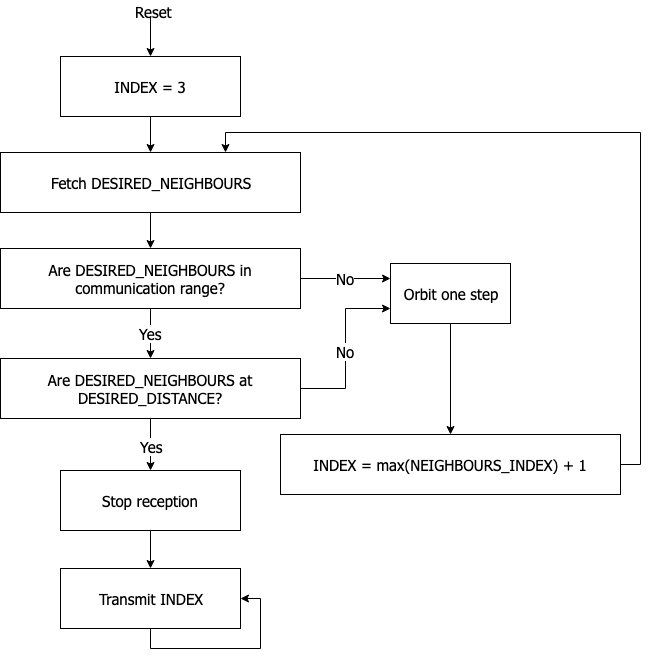
This is images/shape_formation.png from anuragg-in/kilobotics, a draw.io export, as it was before one commit. Source tidied: cells renumbered, new cells last; positions are measured from the earlier drawing's top-left corner, leaving out a move shared by most shapes.
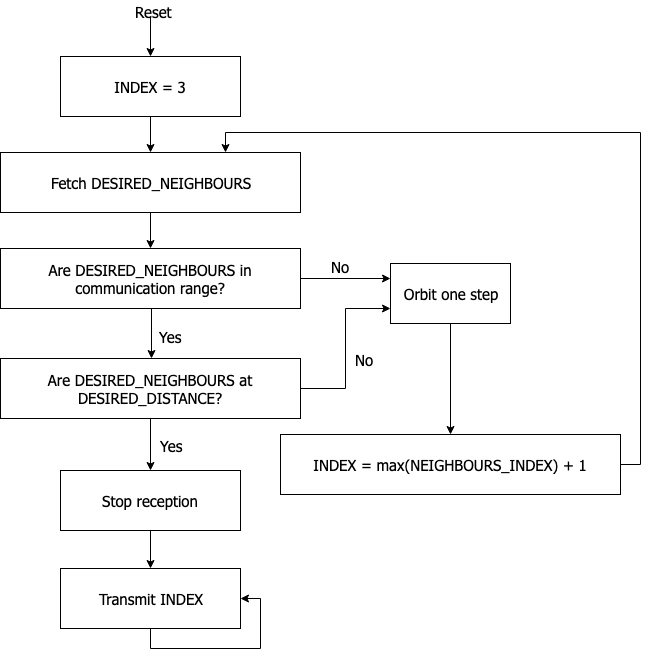
Later version of the same file.

Commit message:
moved codes to appendix. updated demo of shape formation.

What changed in the source:
```diff
@@ -2,56 +2,61 @@
   <root>
     <mxCell id="0" />
     <mxCell id="1" parent="0" />
-    <mxCell id="2" style="edgeStyle=orthogonalEdgeStyle;rounded=0;jettySize=auto;html=1;labelBackgroundColor=#ffffff;fontSize=15;fontFamily=Tahoma;" parent="1" edge="1" source="3" target="6">
+    <mxCell id="2" style="edgeStyle=orthogonalEdgeStyle;rounded=0;jettySize=auto;html=1;labelBackgroundColor=none;fontSize=15;fontFamily=Tahoma;" parent="1" edge="1" source="3" target="6">
       <mxGeometry relative="1" as="geometry" />
     </mxCell>
-    <mxCell id="3" value="INDEX = 3&lt;br style=&quot;font-size: 15px;&quot;&gt;" style="rounded=0;whiteSpace=wrap;html=1;labelBackgroundColor=#ffffff;fontSize=15;fontFamily=Tahoma;" parent="1" vertex="1">
+    <mxCell id="3" value="INDEX = 3&lt;br style=&quot;font-size: 15px;&quot;&gt;" style="rounded=0;whiteSpace=wrap;html=1;labelBackgroundColor=none;fontSize=15;fontFamily=Tahoma;fillColor=none;" parent="1" vertex="1">
       <mxGeometry x="60" y="56" width="180" height="60" as="geometry" />
     </mxCell>
-    <mxCell id="4" style="endArrow=classic;html=1;entryX=0.5;entryY=0;entryDx=0;entryDy=0;labelBackgroundColor=#ffffff;fontSize=15;fontFamily=Tahoma;" parent="1" edge="1" target="3">
+    <mxCell id="4" style="endArrow=classic;html=1;entryX=0.5;entryY=0;entryDx=0;entryDy=0;labelBackgroundColor=none;fontSize=15;fontFamily=Tahoma;" parent="1" edge="1" target="3">
       <mxGeometry relative="1" as="geometry">
         <mxPoint x="150" y="16" as="sourcePoint" />
       </mxGeometry>
     </mxCell>
-    <mxCell id="5" style="edgeStyle=orthogonalEdgeStyle;rounded=0;jettySize=auto;html=1;labelBackgroundColor=#ffffff;fontSize=15;fontFamily=Tahoma;" parent="1" edge="1" source="6" target="9">
+    <mxCell id="5" style="edgeStyle=orthogonalEdgeStyle;rounded=0;jettySize=auto;html=1;labelBackgroundColor=none;fontSize=15;fontFamily=Tahoma;" parent="1" edge="1" source="6" target="9">
       <mxGeometry relative="1" as="geometry" />
     </mxCell>
-    <mxCell id="6" value="Fetch DESIRED_NEIGHBOURS" style="rounded=0;whiteSpace=wrap;html=1;labelBackgroundColor=#ffffff;fontSize=15;fontFamily=Tahoma;" parent="1" vertex="1">
+    <mxCell id="6" value="Fetch DESIRED_NEIGHBOURS" style="rounded=0;whiteSpace=wrap;html=1;labelBackgroundColor=none;fontSize=15;fontFamily=Tahoma;fillColor=none;" parent="1" vertex="1">
       <mxGeometry y="152" width="300" height="60" as="geometry" />
     </mxCell>
-    <mxCell id="7" value="Yes" style="edgeStyle=orthogonalEdgeStyle;rounded=0;jettySize=auto;html=1;labelBackgroundColor=#ffffff;fontSize=15;fontFamily=Tahoma;" parent="1" edge="1" source="9" target="14">
-      <mxGeometry relative="1" as="geometry" />
+    <mxCell id="7" value="Yes" style="edgeStyle=orthogonalEdgeStyle;rounded=0;orthogonalLoop=1;jettySize=auto;html=1;labelBackgroundColor=none;fontSize=15;fontFamily=Tahoma;" parent="1" edge="1">
+      <mxGeometry x="0.12" y="19" relative="1" as="geometry">
+        <mxPoint x="151" y="308" as="sourcePoint" />
+        <mxPoint x="151" y="358" as="targetPoint" />
+      </mxGeometry>
     </mxCell>
-    <mxCell id="8" value="No" style="edgeStyle=orthogonalEdgeStyle;rounded=0;jettySize=auto;html=1;entryX=0;entryY=0.25;entryDx=0;entryDy=0;fontFamily=Tahoma;fontSize=15;" parent="1" edge="1" source="9" target="16">
-      <mxGeometry relative="1" as="geometry" />
+    <mxCell id="8" value="No" style="edgeStyle=orthogonalEdgeStyle;rounded=0;jettySize=auto;html=1;entryX=0;entryY=0.25;entryDx=0;entryDy=0;fontFamily=Tahoma;fontSize=15;labelBackgroundColor=none;" parent="1" edge="1" source="9" target="16">
+      <mxGeometry x="-0.11" y="12" relative="1" as="geometry" />
     </mxCell>
-    <mxCell id="9" value="Are DESIRED_NEIGHBOURS in communication range?" style="rounded=0;whiteSpace=wrap;html=1;labelBackgroundColor=#ffffff;fontSize=15;fontFamily=Tahoma;" parent="1" vertex="1">
+    <mxCell id="9" value="Are DESIRED_NEIGHBOURS in communication range?" style="rounded=0;whiteSpace=wrap;html=1;labelBackgroundColor=none;fontSize=15;fontFamily=Tahoma;fillColor=none;" parent="1" vertex="1">
       <mxGeometry y="248" width="300" height="60" as="geometry" />
     </mxCell>
-    <mxCell id="10" style="edgeStyle=orthogonalEdgeStyle;rounded=0;jettySize=auto;html=1;labelBackgroundColor=#ffffff;fontSize=15;fontFamily=Tahoma;" parent="1" edge="1" source="14" target="20">
+    <mxCell id="10" style="edgeStyle=orthogonalEdgeStyle;rounded=0;jettySize=auto;html=1;labelBackgroundColor=none;fontSize=15;fontFamily=Tahoma;" parent="1" edge="1" source="14" target="20">
       <mxGeometry relative="1" as="geometry" />
     </mxCell>
-    <mxCell id="11" value="Yes" style="text;html=1;align=center;verticalAlign=middle;labelBackgroundColor=#ffffff;fontSize=15;fontFamily=Tahoma;" parent="10" vertex="1">
+    <mxCell id="11" value="Yes" style="text;html=1;align=center;verticalAlign=middle;labelBackgroundColor=none;fontSize=15;fontFamily=Tahoma;" parent="10" vertex="1">
       <mxGeometry x="0.09" y="4" relative="1" as="geometry">
-        <mxPoint x="-4" y="-1" as="offset" />
+        <mxPoint x="16" y="-2" as="offset" />
       </mxGeometry>
     </mxCell>
-    <mxCell id="12" style="edgeStyle=orthogonalEdgeStyle;rounded=0;jettySize=auto;html=1;entryX=0;entryY=0.75;entryDx=0;entryDy=0;labelBackgroundColor=#ffffff;fontSize=15;fontFamily=Tahoma;" parent="1" edge="1" source="14" target="16">
+    <mxCell id="12" style="edgeStyle=orthogonalEdgeStyle;rounded=0;jettySize=auto;html=1;entryX=0;entryY=0.75;entryDx=0;entryDy=0;labelBackgroundColor=none;fontSize=15;fontFamily=Tahoma;" parent="1" edge="1" source="14" target="16">
       <mxGeometry relative="1" as="geometry" />
     </mxCell>
-    <mxCell id="13" value="No" style="text;html=1;align=center;verticalAlign=middle;labelBackgroundColor=#ffffff;fontSize=15;fontFamily=Tahoma;" parent="12" vertex="1">
-      <mxGeometry x="-0.03" y="1" relative="1" as="geometry" />
+    <mxCell id="13" value="No" style="text;html=1;align=center;verticalAlign=middle;labelBackgroundColor=none;fontSize=15;fontFamily=Tahoma;" parent="12" vertex="1">
+      <mxGeometry x="-0.03" y="1" relative="1" as="geometry">
+        <mxPoint x="19" y="8" as="offset" />
+      </mxGeometry>
     </mxCell>
-    <mxCell id="14" value="Are DESIRED_NEIGHBOURS at DESIRED_DISTANCE?" style="rounded=0;whiteSpace=wrap;html=1;labelBackgroundColor=#ffffff;fontSize=15;fontFamily=Tahoma;" parent="1" vertex="1">
+    <mxCell id="14" value="Are DESIRED_NEIGHBOURS at DESIRED_DISTANCE?" style="rounded=0;whiteSpace=wrap;html=1;labelBackgroundColor=none;fontSize=15;fontFamily=Tahoma;fillColor=none;" parent="1" vertex="1">
       <mxGeometry y="358" width="300" height="60" as="geometry" />
     </mxCell>
-    <mxCell id="15" style="edgeStyle=orthogonalEdgeStyle;rounded=0;jettySize=auto;html=1;labelBackgroundColor=#ffffff;fontSize=15;fontFamily=Tahoma;" parent="1" edge="1" source="16" target="18">
+    <mxCell id="15" style="edgeStyle=orthogonalEdgeStyle;rounded=0;jettySize=auto;html=1;labelBackgroundColor=none;fontSize=15;fontFamily=Tahoma;" parent="1" edge="1" source="16" target="18">
       <mxGeometry relative="1" as="geometry" />
     </mxCell>
-    <mxCell id="16" value="Orbit one step" style="rounded=0;whiteSpace=wrap;html=1;labelBackgroundColor=#ffffff;fontSize=15;fontFamily=Tahoma;" parent="1" vertex="1">
+    <mxCell id="16" value="Orbit one step" style="rounded=0;whiteSpace=wrap;html=1;labelBackgroundColor=none;fontSize=15;fontFamily=Tahoma;fillColor=none;" parent="1" vertex="1">
       <mxGeometry x="390" y="263" width="120" height="60" as="geometry" />
     </mxCell>
-    <mxCell id="17" style="edgeStyle=orthogonalEdgeStyle;rounded=0;jettySize=auto;html=1;entryX=0.75;entryY=0;entryDx=0;entryDy=0;fontFamily=Tahoma;fontSize=15;" parent="1" edge="1" source="18" target="6">
+    <mxCell id="17" style="edgeStyle=orthogonalEdgeStyle;rounded=0;jettySize=auto;html=1;entryX=0.75;entryY=0;entryDx=0;entryDy=0;fontFamily=Tahoma;fontSize=15;labelBackgroundColor=none;" parent="1" edge="1" source="18" target="6">
       <mxGeometry relative="1" as="geometry">
         <Array as="points">
           <mxPoint x="640" y="464" />
@@ -60,19 +65,19 @@
         </Array>
       </mxGeometry>
     </mxCell>
-    <mxCell id="18" value="INDEX = max(NEIGHBOURS_INDEX) + 1" style="rounded=0;whiteSpace=wrap;html=1;labelBackgroundColor=#ffffff;fontSize=15;fontFamily=Tahoma;" parent="1" vertex="1">
+    <mxCell id="18" value="INDEX = max(NEIGHBOURS_INDEX) + 1" style="rounded=0;whiteSpace=wrap;html=1;labelBackgroundColor=none;fontSize=15;fontFamily=Tahoma;fillColor=none;" parent="1" vertex="1">
       <mxGeometry x="280" y="434" width="340" height="60" as="geometry" />
     </mxCell>
-    <mxCell id="19" style="edgeStyle=orthogonalEdgeStyle;rounded=0;jettySize=auto;html=1;labelBackgroundColor=#ffffff;fontSize=15;fontFamily=Tahoma;" parent="1" edge="1" source="20" target="21">
+    <mxCell id="19" style="edgeStyle=orthogonalEdgeStyle;rounded=0;jettySize=auto;html=1;labelBackgroundColor=none;fontSize=15;fontFamily=Tahoma;" parent="1" edge="1" source="20" target="21">
       <mxGeometry relative="1" as="geometry" />
     </mxCell>
-    <mxCell id="20" value="Stop reception" style="rounded=0;whiteSpace=wrap;html=1;labelBackgroundColor=#ffffff;fontSize=15;fontFamily=Tahoma;" parent="1" vertex="1">
+    <mxCell id="20" value="Stop reception" style="rounded=0;whiteSpace=wrap;html=1;labelBackgroundColor=none;fontSize=15;fontFamily=Tahoma;fillColor=none;" parent="1" vertex="1">
       <mxGeometry x="60" y="470" width="180" height="60" as="geometry" />
     </mxCell>
-    <mxCell id="21" value="Transmit INDEX" style="rounded=0;whiteSpace=wrap;html=1;labelBackgroundColor=#ffffff;fontSize=15;fontFamily=Tahoma;" parent="1" vertex="1">
+    <mxCell id="21" value="Transmit INDEX" style="rounded=0;whiteSpace=wrap;html=1;labelBackgroundColor=none;fontSize=15;fontFamily=Tahoma;fillColor=none;" parent="1" vertex="1">
       <mxGeometry x="60" y="568" width="180" height="60" as="geometry" />
     </mxCell>
-    <mxCell id="22" style="edgeStyle=orthogonalEdgeStyle;rounded=0;orthogonalLoop=1;jettySize=auto;html=1;entryX=1;entryY=0.5;entryDx=0;entryDy=0;labelBackgroundColor=#ffffff;fontSize=15;fontFamily=Tahoma;" parent="1" edge="1" source="21" target="21">
+    <mxCell id="22" style="edgeStyle=orthogonalEdgeStyle;rounded=0;orthogonalLoop=1;jettySize=auto;html=1;entryX=1;entryY=0.5;entryDx=0;entryDy=0;labelBackgroundColor=none;fontSize=15;fontFamily=Tahoma;" parent="1" edge="1" source="21" target="21">
       <mxGeometry relative="1" as="geometry">
         <Array as="points">
           <mxPoint x="150" y="648" />
@@ -81,7 +86,7 @@
         </Array>
       </mxGeometry>
     </mxCell>
-    <mxCell id="23" value="Reset" style="text;html=1;align=left;verticalAlign=top;spacingTop=-4;fontSize=15;fontFamily=Tahoma;" parent="1" vertex="1">
+    <mxCell id="23" value="Reset" style="text;html=1;align=left;verticalAlign=top;spacingTop=-4;fontSize=15;fontFamily=Tahoma;labelBackgroundColor=none;" parent="1" vertex="1">
       <mxGeometry x="133" width="50" height="20" as="geometry" />
     </mxCell>
   </root>
```
